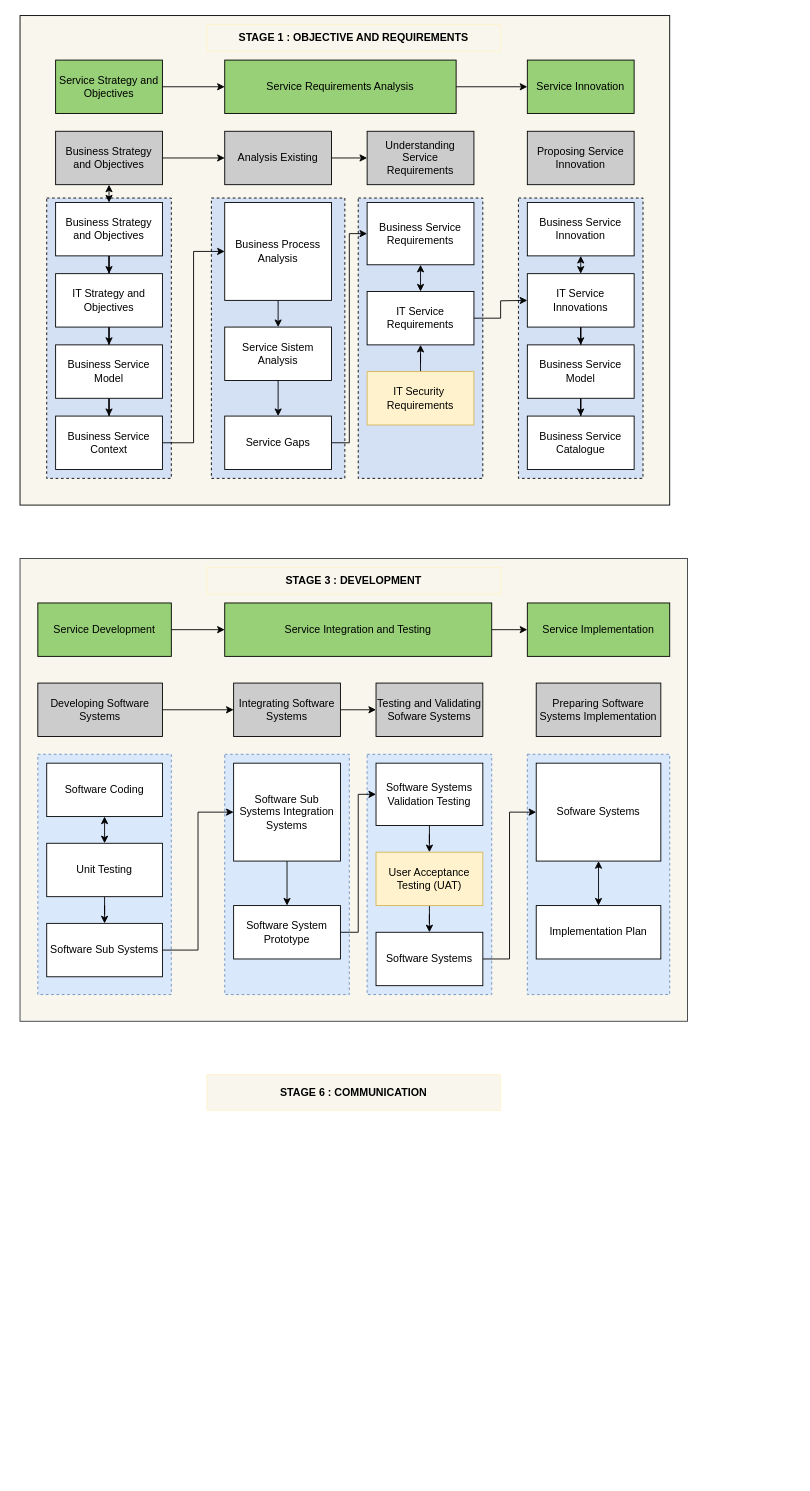
Above: page "Page-1" (1 of 3) of Tugas Akhir Kel 4.drawio in ataupikr/plti-kelompok-4 (draw.io), before the change. Source tidied: cells renumbered, new cells numbered last; positions are measured from the earlier drawing's top-left corner, leaving out a move shared by most shapes. Both pictures are drawn from the tidied source at 89%, with x=0, y=0 at pixel (20, 15).
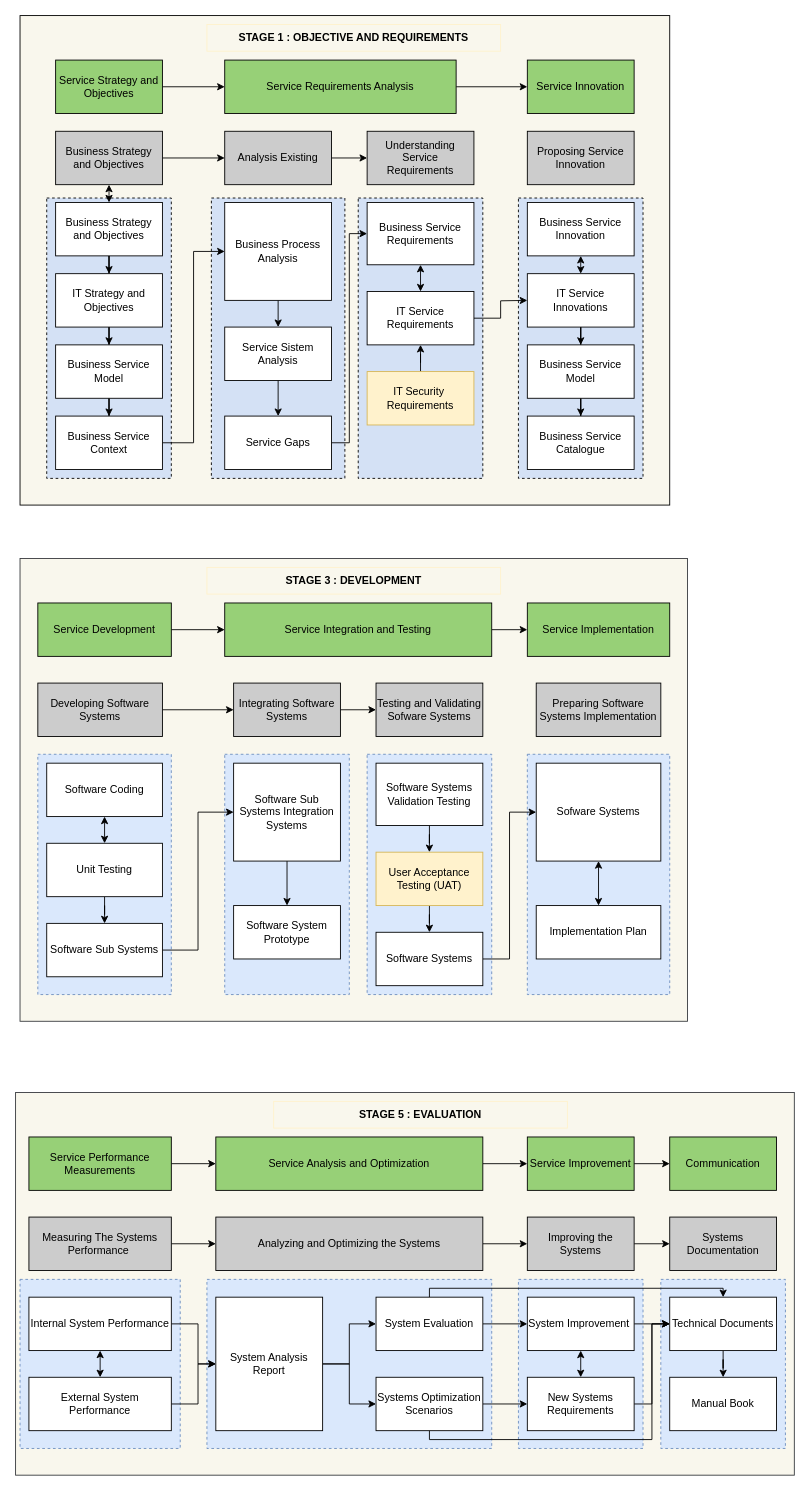
The same page after the edit.

Unchanged cells that the change refers to:
```xml
<mxCell id="72" value="Software System Prototype" style="rounded=0;whiteSpace=wrap;html=1;" parent="1" vertex="1">
  <mxGeometry x="240" y="1000" width="120" height="60" as="geometry" />
</mxCell>
<mxCell id="74" value="Software Systems Validation Testing" style="rounded=0;whiteSpace=wrap;html=1;" parent="1" vertex="1">
  <mxGeometry x="400" y="840" width="120" height="70" as="geometry" />
</mxCell>
```

The edit, as a diff of the source:
```diff
@@
+    <mxCell id="84" style="rounded=0;whiteSpace=wrap;html=1;strokeColor=#36393d;fillColor=#f9f7ed;" parent="1" vertex="1">
+      <mxGeometry x="-5" y="1210" width="875" height="430" as="geometry" />
+    </mxCell>
+    <mxCell id="85" style="rounded=0;whiteSpace=wrap;html=1;fillColor=#dae8fc;strokeColor=#6c8ebf;dashed=1;" parent="1" vertex="1">
+      <mxGeometry x="720" y="1420" width="140" height="190" as="geometry" />
+    </mxCell>
+    <mxCell id="86" style="rounded=0;whiteSpace=wrap;html=1;fillColor=#dae8fc;strokeColor=#6c8ebf;dashed=1;" parent="1" vertex="1">
+      <mxGeometry x="560" y="1420" width="140" height="190" as="geometry" />
+    </mxCell>
+    <mxCell id="87" style="rounded=0;whiteSpace=wrap;html=1;fillColor=#dae8fc;strokeColor=#6c8ebf;dashed=1;" parent="1" vertex="1">
+      <mxGeometry x="210" y="1420" width="320" height="190" as="geometry" />
+    </mxCell>
+    <mxCell id="88" style="rounded=0;whiteSpace=wrap;html=1;fillColor=#dae8fc;strokeColor=#6c8ebf;dashed=1;" parent="1" vertex="1">
+      <mxGeometry y="1420" width="180" height="190" as="geometry" />
+    </mxCell>
@@
-    <mxCell id="71" style="edgeStyle=orthogonalEdgeStyle;rounded=0;jettySize=auto;html=1;entryX=0;entryY=0.5;entryDx=0;entryDy=0;" parent="1" edge="1" source="72" target="74">
-      <mxGeometry relative="1" as="geometry" />
-    </mxCell>
@@
-    <mxCell id="83" value="&lt;b&gt;STAGE 6 : COMMUNICATION&lt;/b&gt;" style="rounded=0;whiteSpace=wrap;html=1;fillColor=#f9f7ed;strokeColor=#FFF2CC;" parent="1" vertex="1">
-      <mxGeometry x="210" y="1190" width="330" height="40" as="geometry" />
-    </mxCell>
+    <mxCell id="89" value="&lt;b&gt;STAGE 5 : EVALUATION&lt;/b&gt;" style="rounded=0;whiteSpace=wrap;html=1;fillColor=#f9f7ed;strokeColor=#FFF2CC;" parent="1" vertex="1">
+      <mxGeometry x="285" y="1220" width="330" height="30" as="geometry" />
+    </mxCell>
+    <mxCell id="90" style="edgeStyle=orthogonalEdgeStyle;rounded=0;jettySize=auto;html=1;entryX=0.5;entryY=0;entryDx=0;entryDy=0;" parent="1" edge="1" source="91" target="92">
+      <mxGeometry relative="1" as="geometry" />
+    </mxCell>
+    <mxCell id="91" value="Technical Documents" style="rounded=0;whiteSpace=wrap;html=1;" parent="1" vertex="1">
+      <mxGeometry x="730" y="1440" width="120" height="60" as="geometry" />
+    </mxCell>
+    <mxCell id="92" value="Manual Book" style="rounded=0;whiteSpace=wrap;html=1;" parent="1" vertex="1">
+      <mxGeometry x="730" y="1530" width="120" height="60" as="geometry" />
+    </mxCell>
+    <mxCell id="93" style="edgeStyle=orthogonalEdgeStyle;rounded=0;jettySize=auto;html=1;entryX=0;entryY=0.5;entryDx=0;entryDy=0;" parent="1" edge="1" source="94" target="96">
+      <mxGeometry relative="1" as="geometry" />
+    </mxCell>
+    <mxCell id="94" value="Service Performance Measurements" style="rounded=0;whiteSpace=wrap;html=1;strokeColor=#000000;fillColor=#97D077;" parent="1" vertex="1">
+      <mxGeometry x="10" y="1260" width="160" height="60" as="geometry" />
+    </mxCell>
+    <mxCell id="95" style="edgeStyle=orthogonalEdgeStyle;rounded=0;jettySize=auto;html=1;entryX=0;entryY=0.5;entryDx=0;entryDy=0;" parent="1" edge="1" source="96" target="98">
+      <mxGeometry relative="1" as="geometry" />
+    </mxCell>
+    <mxCell id="96" value="Service Analysis and Optimization" style="rounded=0;whiteSpace=wrap;html=1;strokeColor=#000000;fillColor=#97D077;" parent="1" vertex="1">
+      <mxGeometry x="220" y="1260" width="300" height="60" as="geometry" />
+    </mxCell>
+    <mxCell id="97" style="edgeStyle=orthogonalEdgeStyle;rounded=0;jettySize=auto;html=1;" parent="1" edge="1" source="98" target="99">
+      <mxGeometry relative="1" as="geometry" />
+    </mxCell>
+    <mxCell id="98" value="Service Improvement" style="rounded=0;whiteSpace=wrap;html=1;strokeColor=#000000;fillColor=#97D077;" parent="1" vertex="1">
+      <mxGeometry x="570" y="1260" width="120" height="60" as="geometry" />
+    </mxCell>
+    <mxCell id="99" value="Communication" style="rounded=0;whiteSpace=wrap;html=1;fillColor=#97D077;" parent="1" vertex="1">
+      <mxGeometry x="730" y="1260" width="120" height="60" as="geometry" />
+    </mxCell>
+    <mxCell id="100" style="edgeStyle=orthogonalEdgeStyle;rounded=0;jettySize=auto;html=1;entryX=0;entryY=0.5;entryDx=0;entryDy=0;" parent="1" edge="1" source="101" target="103">
+      <mxGeometry relative="1" as="geometry" />
+    </mxCell>
+    <mxCell id="101" value="Measuring The Systems Performance&amp;nbsp;" style="rounded=0;whiteSpace=wrap;html=1;fillColor=#CCCCCC;" parent="1" vertex="1">
+      <mxGeometry x="10" y="1350" width="160" height="60" as="geometry" />
+    </mxCell>
+    <mxCell id="102" style="edgeStyle=orthogonalEdgeStyle;rounded=0;jettySize=auto;html=1;entryX=0;entryY=0.5;entryDx=0;entryDy=0;" parent="1" edge="1" source="103" target="105">
+      <mxGeometry relative="1" as="geometry" />
+    </mxCell>
+    <mxCell id="103" value="Analyzing and Optimizing the Systems" style="rounded=0;whiteSpace=wrap;html=1;fillColor=#CCCCCC;" parent="1" vertex="1">
+      <mxGeometry x="220" y="1350" width="300" height="60" as="geometry" />
+    </mxCell>
+    <mxCell id="104" style="edgeStyle=orthogonalEdgeStyle;rounded=0;jettySize=auto;html=1;entryX=0;entryY=0.5;entryDx=0;entryDy=0;" parent="1" edge="1" source="105" target="106">
+      <mxGeometry relative="1" as="geometry" />
+    </mxCell>
+    <mxCell id="105" value="Improving the Systems" style="rounded=0;whiteSpace=wrap;html=1;fillColor=#CCCCCC;" parent="1" vertex="1">
+      <mxGeometry x="570" y="1350" width="120" height="60" as="geometry" />
+    </mxCell>
+    <mxCell id="106" value="Systems Documentation" style="rounded=0;whiteSpace=wrap;html=1;fillColor=#CCCCCC;" parent="1" vertex="1">
+      <mxGeometry x="730" y="1350" width="120" height="60" as="geometry" />
+    </mxCell>
+    <mxCell id="107" style="edgeStyle=orthogonalEdgeStyle;rounded=0;jettySize=auto;html=1;entryX=0;entryY=0.5;entryDx=0;entryDy=0;" parent="1" edge="1" source="108" target="113">
+      <mxGeometry relative="1" as="geometry">
+        <Array as="points">
+          <mxPoint x="200" y="1470" />
+          <mxPoint x="200" y="1515" />
+        </Array>
+      </mxGeometry>
+    </mxCell>
+    <mxCell id="108" value="Internal System Performance" style="rounded=0;whiteSpace=wrap;html=1;" parent="1" vertex="1">
+      <mxGeometry x="10" y="1440" width="160" height="60" as="geometry" />
+    </mxCell>
+    <mxCell id="109" style="edgeStyle=orthogonalEdgeStyle;rounded=0;jettySize=auto;html=1;entryX=0;entryY=0.5;entryDx=0;entryDy=0;" parent="1" edge="1" source="110" target="113">
+      <mxGeometry relative="1" as="geometry">
+        <Array as="points">
+          <mxPoint x="200" y="1560" />
+          <mxPoint x="200" y="1515" />
+        </Array>
+      </mxGeometry>
+    </mxCell>
+    <mxCell id="110" value="External System Performance" style="rounded=0;whiteSpace=wrap;html=1;" parent="1" vertex="1">
+      <mxGeometry x="10" y="1530" width="160" height="60" as="geometry" />
+    </mxCell>
+    <mxCell id="111" style="edgeStyle=orthogonalEdgeStyle;rounded=0;jettySize=auto;html=1;entryX=0;entryY=0.5;entryDx=0;entryDy=0;" parent="1" edge="1" source="113" target="116">
+      <mxGeometry relative="1" as="geometry" />
+    </mxCell>
+    <mxCell id="112" style="edgeStyle=orthogonalEdgeStyle;rounded=0;jettySize=auto;html=1;entryX=0;entryY=0.5;entryDx=0;entryDy=0;" parent="1" edge="1" source="113" target="119">
+      <mxGeometry relative="1" as="geometry" />
+    </mxCell>
+    <mxCell id="113" value="System Analysis Report" style="rounded=0;whiteSpace=wrap;html=1;" parent="1" vertex="1">
+      <mxGeometry x="220" y="1440" width="120" height="150" as="geometry" />
+    </mxCell>
+    <mxCell id="114" style="edgeStyle=orthogonalEdgeStyle;rounded=0;jettySize=auto;html=1;entryX=0;entryY=0.5;entryDx=0;entryDy=0;" parent="1" edge="1" source="116" target="121">
+      <mxGeometry relative="1" as="geometry" />
+    </mxCell>
+    <mxCell id="115" style="edgeStyle=orthogonalEdgeStyle;rounded=0;jettySize=auto;html=1;entryX=0.5;entryY=0;entryDx=0;entryDy=0;" parent="1" edge="1" source="116" target="91">
+      <mxGeometry relative="1" as="geometry">
+        <Array as="points">
+          <mxPoint x="460" y="1430" />
+          <mxPoint x="790" y="1430" />
+        </Array>
+      </mxGeometry>
+    </mxCell>
+    <mxCell id="116" value="System Evaluation" style="rounded=0;whiteSpace=wrap;html=1;" parent="1" vertex="1">
+      <mxGeometry x="400" y="1440" width="120" height="60" as="geometry" />
+    </mxCell>
+    <mxCell id="117" style="edgeStyle=orthogonalEdgeStyle;rounded=0;jettySize=auto;html=1;entryX=0;entryY=0.5;entryDx=0;entryDy=0;" parent="1" edge="1" source="119" target="123">
+      <mxGeometry relative="1" as="geometry" />
+    </mxCell>
+    <mxCell id="118" style="edgeStyle=orthogonalEdgeStyle;rounded=0;jettySize=auto;html=1;entryX=0;entryY=0.5;entryDx=0;entryDy=0;" parent="1" edge="1" source="119" target="91">
+      <mxGeometry relative="1" as="geometry">
+        <Array as="points">
+          <mxPoint x="460" y="1600" />
+          <mxPoint x="710" y="1600" />
+          <mxPoint x="710" y="1470" />
+        </Array>
+      </mxGeometry>
+    </mxCell>
+    <mxCell id="119" value="Systems Optimization Scenarios" style="rounded=0;whiteSpace=wrap;html=1;" parent="1" vertex="1">
+      <mxGeometry x="400" y="1530" width="120" height="60" as="geometry" />
+    </mxCell>
+    <mxCell id="120" style="edgeStyle=orthogonalEdgeStyle;rounded=0;jettySize=auto;html=1;" parent="1" edge="1" source="121" target="91">
+      <mxGeometry relative="1" as="geometry" />
+    </mxCell>
+    <mxCell id="121" value="System Improvement&amp;nbsp;" style="rounded=0;whiteSpace=wrap;html=1;" parent="1" vertex="1">
+      <mxGeometry x="570" y="1440" width="120" height="60" as="geometry" />
+    </mxCell>
+    <mxCell id="122" style="edgeStyle=orthogonalEdgeStyle;rounded=0;jettySize=auto;html=1;entryX=0;entryY=0.5;entryDx=0;entryDy=0;" parent="1" edge="1" source="123" target="91">
+      <mxGeometry relative="1" as="geometry" />
+    </mxCell>
+    <mxCell id="123" value="New Systems Requirements" style="rounded=0;whiteSpace=wrap;html=1;" parent="1" vertex="1">
+      <mxGeometry x="570" y="1530" width="120" height="60" as="geometry" />
+    </mxCell>
+    <mxCell id="124" style="endArrow=classic;startArrow=classic;html=1;exitX=0.5;exitY=1;exitDx=0;exitDy=0;entryX=0.5;entryY=0;entryDx=0;entryDy=0;" parent="1" edge="1" source="108" target="110">
+      <mxGeometry relative="1" as="geometry" />
+    </mxCell>
+    <mxCell id="125" style="endArrow=classic;startArrow=classic;html=1;entryX=0.5;entryY=1;entryDx=0;entryDy=0;exitX=0.5;exitY=0;exitDx=0;exitDy=0;" parent="1" edge="1" source="123" target="121">
+      <mxGeometry relative="1" as="geometry" />
+    </mxCell>
```
